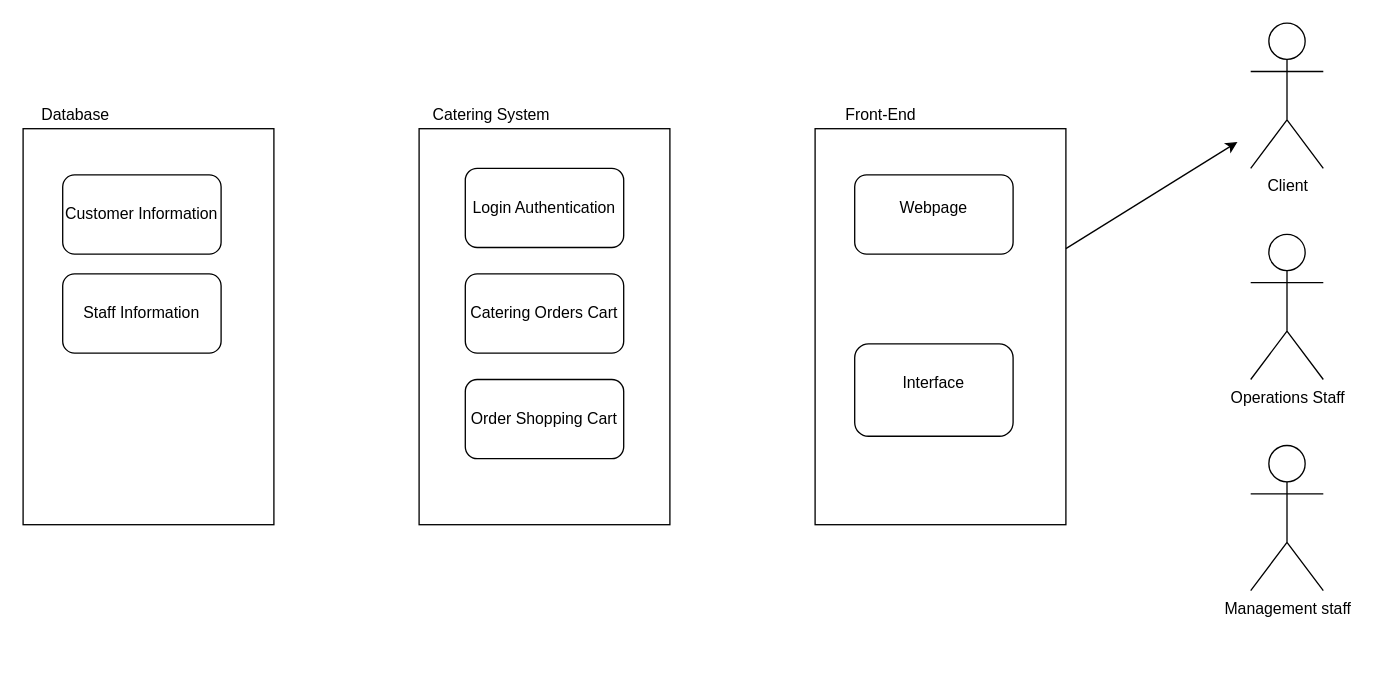
LastMinuteBanter/DistinctionTaskUML keeps this draw.io diagram as highLevelPasstask2DP2.drawio. Above is the earlier version. Source tidied: cells renumbered, new cells numbered last; positions are measured from the earlier drawing's top-left corner, leaving out a move shared by most shapes. Both pictures are drawn from the tidied source at 132%, with x=0, y=0 at pixel (22, 22).
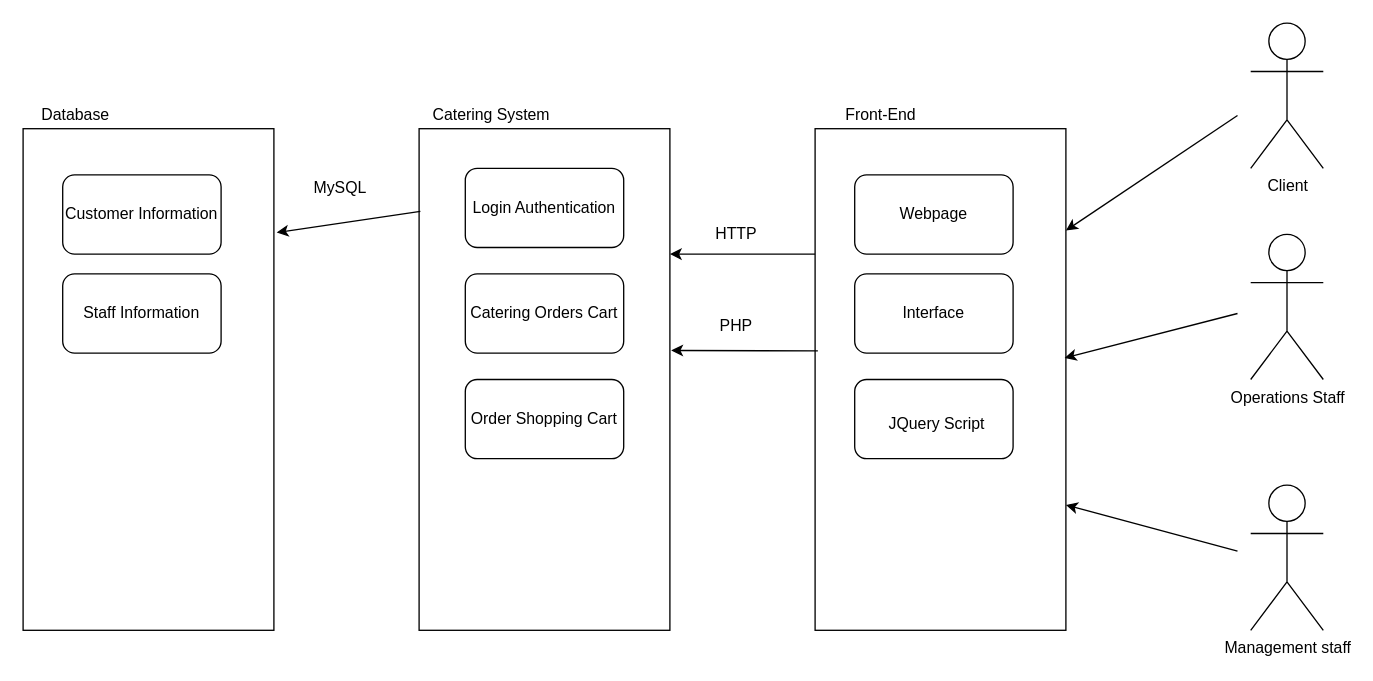
Above is the later version.

Change to the diagram source:
```diff
@@
     <mxCell id="2" style="rounded=0;whiteSpace=wrap;html=1;" parent="1" vertex="1">
-      <mxGeometry x="600" y="80" width="190" height="300" as="geometry" />
+      <mxGeometry x="600" y="80" width="190" height="380" as="geometry" />
     </mxCell>
@@
-    <mxCell id="5" style="rounded=1;whiteSpace=wrap;html=1;" parent="1" vertex="1">
-      <mxGeometry x="630" y="243" width="120" height="70" as="geometry" />
-    </mxCell>
@@
     <mxCell id="7" value="Webpage" style="text;html=1;strokeColor=none;fillColor=none;align=center;verticalAlign=middle;whiteSpace=wrap;rounded=0;" parent="1" vertex="1">
-      <mxGeometry x="670" y="130" width="40" height="20" as="geometry" />
+      <mxGeometry x="660" y="130" width="60" height="30" as="geometry" />
     </mxCell>
-    <mxCell id="8" value="Interface" style="text;html=1;strokeColor=none;fillColor=none;align=center;verticalAlign=middle;whiteSpace=wrap;rounded=0;" parent="1" vertex="1">
-      <mxGeometry x="655" y="263" width="70" height="20" as="geometry" />
-    </mxCell>
     <mxCell id="9" style="rounded=0;whiteSpace=wrap;html=1;" parent="1" vertex="1">
-      <mxGeometry y="80" width="190" height="300" as="geometry" />
+      <mxGeometry y="80" width="190" height="380" as="geometry" />
     </mxCell>
     <mxCell id="10" style="rounded=0;whiteSpace=wrap;html=1;" parent="1" vertex="1">
-      <mxGeometry x="300" y="80" width="190" height="300" as="geometry" />
+      <mxGeometry x="300" y="80" width="190" height="380" as="geometry" />
     </mxCell>
@@
     <mxCell id="19" value="Management staff" style="shape=umlActor;verticalLabelPosition=bottom;verticalAlign=top;html=1;" parent="1" vertex="1">
-      <mxGeometry x="930" y="320" width="55" height="110" as="geometry" />
+      <mxGeometry x="930" y="350" width="55" height="110" as="geometry" />
     </mxCell>
@@
-    <mxCell id="21" style="endArrow=classic;html=1;" parent="1" edge="1" source="2">
-      <mxGeometry relative="1" as="geometry">
-        <mxPoint x="920" y="90" as="targetPoint" />
-      </mxGeometry>
-    </mxCell>
+    <mxCell id="22" style="endArrow=classic;html=1;entryX=1;entryY=0.25;entryDx=0;entryDy=0;exitX=0;exitY=0.25;exitDx=0;exitDy=0;" parent="1" edge="1" source="2" target="10">
+      <mxGeometry relative="1" as="geometry" />
+    </mxCell>
+    <mxCell id="23" style="endArrow=classic;html=1;entryX=1;entryY=0.203;entryDx=0;entryDy=0;entryPerimeter=0;" parent="1" edge="1" target="2">
+      <mxGeometry relative="1" as="geometry">
+        <mxPoint x="920" y="70" as="sourcePoint" />
+      </mxGeometry>
+    </mxCell>
+    <mxCell id="24" style="endArrow=classic;html=1;entryX=0.995;entryY=0.457;entryDx=0;entryDy=0;entryPerimeter=0;" parent="1" edge="1" target="2">
+      <mxGeometry relative="1" as="geometry">
+        <mxPoint x="920" y="220" as="sourcePoint" />
+      </mxGeometry>
+    </mxCell>
+    <mxCell id="25" style="endArrow=classic;html=1;entryX=1;entryY=0.75;entryDx=0;entryDy=0;" parent="1" edge="1" target="2">
+      <mxGeometry relative="1" as="geometry">
+        <mxPoint x="920" y="400" as="sourcePoint" />
+      </mxGeometry>
+    </mxCell>
+    <mxCell id="26" value="HTTP" style="text;html=1;align=center;verticalAlign=middle;" parent="1" vertex="1">
+      <mxGeometry x="515" y="150" width="50" height="20" as="geometry" />
+    </mxCell>
+    <mxCell id="27" style="rounded=1;whiteSpace=wrap;html=1;" parent="1" vertex="1">
+      <mxGeometry x="630" y="190" width="120" height="60" as="geometry" />
+    </mxCell>
+    <mxCell id="8" value="Interface" style="text;html=1;strokeColor=none;fillColor=none;align=center;verticalAlign=middle;whiteSpace=wrap;rounded=0;" parent="1" vertex="1">
+      <mxGeometry x="655" y="210" width="70" height="20" as="geometry" />
+    </mxCell>
+    <mxCell id="28" style="rounded=1;whiteSpace=wrap;html=1;" parent="1" vertex="1">
+      <mxGeometry x="630" y="270" width="120" height="60" as="geometry" />
+    </mxCell>
+    <mxCell id="29" value="JQuery Script" style="text;html=1;strokeColor=none;fillColor=none;align=center;verticalAlign=middle;whiteSpace=wrap;rounded=0;" parent="1" vertex="1">
+      <mxGeometry x="655" y="294" width="75" height="20" as="geometry" />
+    </mxCell>
+    <mxCell id="30" style="endArrow=classic;html=1;entryX=1.011;entryY=0.207;entryDx=0;entryDy=0;entryPerimeter=0;exitX=0.005;exitY=0.165;exitDx=0;exitDy=0;exitPerimeter=0;" parent="1" edge="1" source="10" target="9">
+      <mxGeometry relative="1" as="geometry" />
+    </mxCell>
+    <mxCell id="31" value="MySQL" style="text;html=1;align=center;verticalAlign=middle;" parent="1" vertex="1">
+      <mxGeometry x="215" y="115" width="50" height="20" as="geometry" />
+    </mxCell>
+    <mxCell id="32" style="endArrow=classic;html=1;exitX=0.011;exitY=0.443;exitDx=0;exitDy=0;exitPerimeter=0;" parent="1" edge="1" source="2">
+      <mxGeometry relative="1" as="geometry">
+        <mxPoint x="491" y="248" as="targetPoint" />
+      </mxGeometry>
+    </mxCell>
+    <mxCell id="33" value="PHP" style="text;html=1;align=center;verticalAlign=middle;" parent="1" vertex="1">
+      <mxGeometry x="520" y="220" width="40" height="20" as="geometry" />
+    </mxCell>
```
